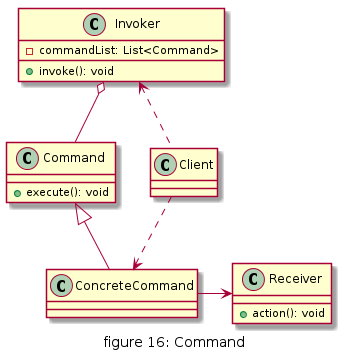
Before: doc/img/figure15_command.png, a diagram exported from PlantUML (daileyet/designpattern4cplusplus).
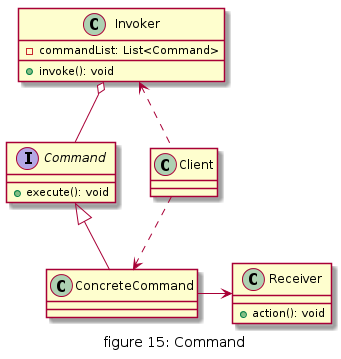
The same diagram one commit later.

The edit, as a diff of the source:
```diff
@@ -1,7 +1,7 @@
-@startuml
-caption figure 16: Command
+@startuml "figure15_command"
+caption figure 15: Command
 
-class Command{
+interface Command{
     + execute(): void
 }
 
```
